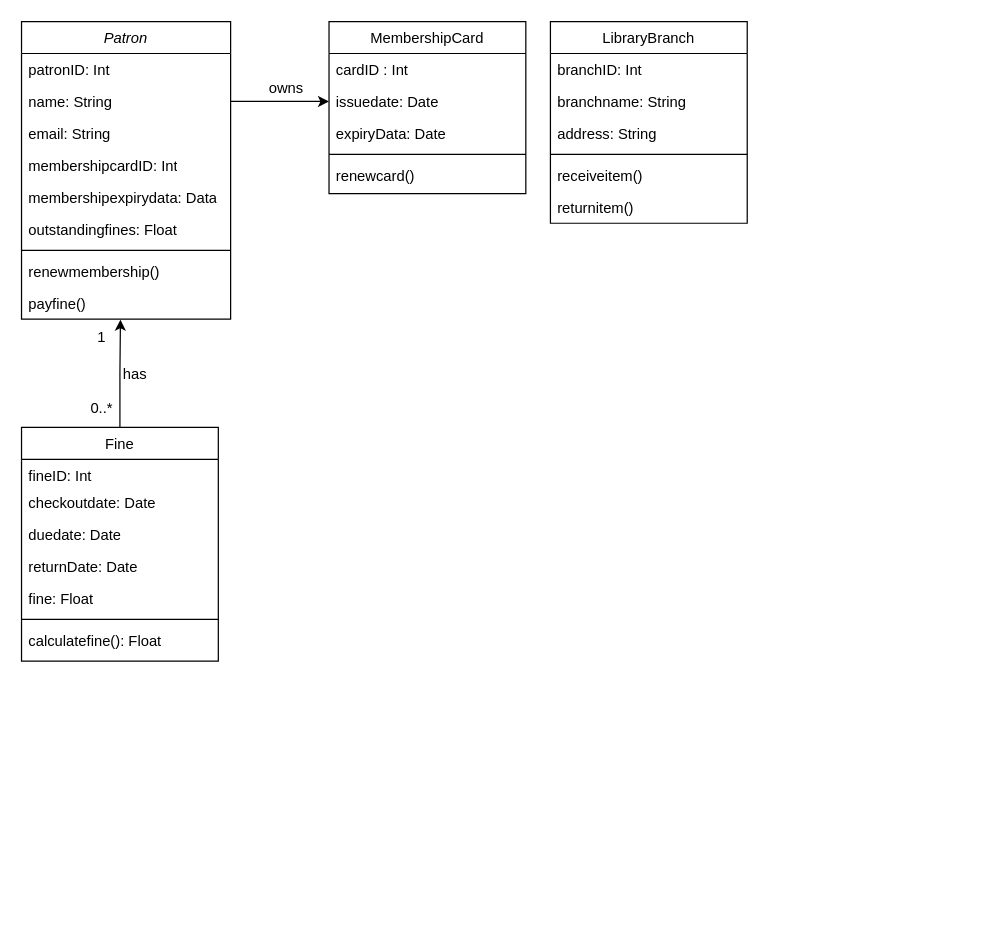
Earlier version of the draw.io diagram Digital_Transformation_WPL.drawio (pateldeep99/Casestudy-2). Source tidied: cells renumbered, new cells numbered last; positions are measured from the earlier drawing's top-left corner, leaving out a move shared by most shapes. Both pictures are drawn from the tidied source at 123%, with x=0, y=0 at pixel (21, 21).
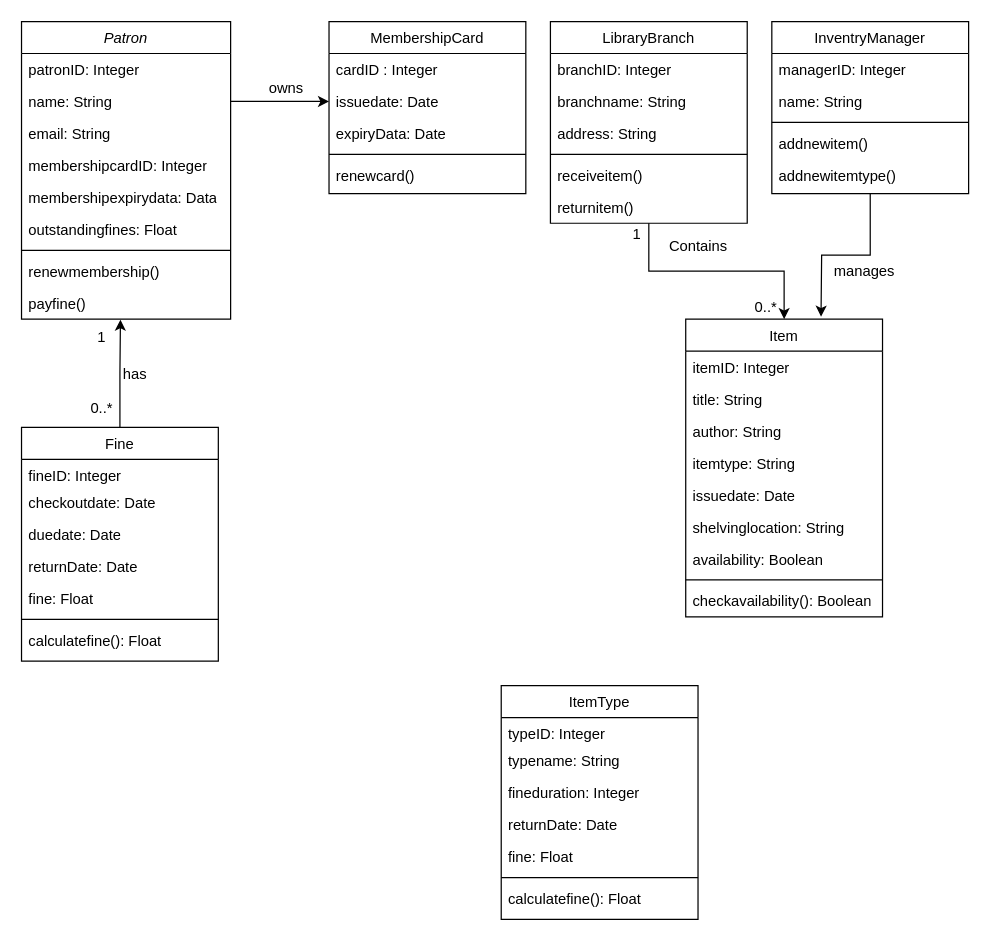
After the change.

The change refers to these unchanged cells:
```xml
<mxCell id="2" value="Patron" style="swimlane;fontStyle=2;align=center;verticalAlign=top;horizontal=1;startSize=26;rounded=0;shadow=0;strokeWidth=1;" parent="1" vertex="1">
  <mxGeometry width="170" height="242" as="geometry" />
</mxCell>
<mxCell id="12" value="Fine" style="swimlane;fontStyle=0;align=center;verticalAlign=top;horizontal=1;startSize=26;rounded=0;shadow=0;strokeWidth=1;" parent="1" vertex="1">
  <mxGeometry y="330" width="160" height="190" as="geometry" />
</mxCell>
<mxCell id="20" value="LibraryBranch" style="swimlane;fontStyle=0;align=center;verticalAlign=top;horizontal=1;startSize=26;rounded=0;shadow=0;strokeWidth=1;" parent="1" vertex="1">
  <mxGeometry x="430" width="160" height="164" as="geometry" />
</mxCell>
<mxCell id="26" value="returnitem()" style="text;strokeColor=none;fillColor=none;align=left;verticalAlign=top;spacingLeft=4;spacingRight=4;overflow=hidden;points=[[0,0.5],[1,0.5]];portConstraint=eastwest;whiteSpace=wrap;html=1;" parent="20" vertex="1">
  <mxGeometry y="138" width="160" height="26" as="geometry" />
</mxCell>
<mxCell id="27" value="MembershipCard" style="swimlane;fontStyle=0;align=center;verticalAlign=top;horizontal=1;startSize=26;rounded=0;shadow=0;strokeWidth=1;" parent="1" vertex="1">
  <mxGeometry x="250" width="160" height="140" as="geometry" />
</mxCell>
```

Change to the diagram source:
```diff
@@
-    <mxCell id="3" value="patronID: Int" style="text;align=left;verticalAlign=top;spacingLeft=4;spacingRight=4;overflow=hidden;" parent="2" vertex="1">
+    <mxCell id="3" value="patronID: Integer" style="text;align=left;verticalAlign=top;spacingLeft=4;spacingRight=4;overflow=hidden;" parent="2" vertex="1">
       <mxGeometry y="26" width="170" height="26" as="geometry" />
     </mxCell>
@@
-    <mxCell id="6" value="membershipcardID: Int" style="text;strokeColor=none;fillColor=none;align=left;verticalAlign=top;spacingLeft=4;spacingRight=4;overflow=hidden;whiteSpace=wrap;html=1;" parent="2" vertex="1">
+    <mxCell id="6" value="membershipcardID: Integer" style="text;strokeColor=none;fillColor=none;align=left;verticalAlign=top;spacingLeft=4;spacingRight=4;overflow=hidden;whiteSpace=wrap;html=1;" parent="2" vertex="1">
       <mxGeometry y="104" width="170" height="26" as="geometry" />
     </mxCell>
@@
-    <mxCell id="13" value="fineID: Int" style="text;align=left;verticalAlign=top;spacingLeft=4;spacingRight=4;overflow=hidden;" parent="12" vertex="1">
+    <mxCell id="13" value="fineID: Integer" style="text;align=left;verticalAlign=top;spacingLeft=4;spacingRight=4;overflow=hidden;" parent="12" vertex="1">
       <mxGeometry y="26" width="160" height="22" as="geometry" />
     </mxCell>
@@
-    <mxCell id="21" value="branchID: Int" style="text;align=left;verticalAlign=top;spacingLeft=4;spacingRight=4;overflow=hidden;" parent="20" vertex="1">
+    <mxCell id="21" value="branchID: Integer" style="text;align=left;verticalAlign=top;spacingLeft=4;spacingRight=4;overflow=hidden;" parent="20" vertex="1">
       <mxGeometry y="26" width="160" height="26" as="geometry" />
     </mxCell>
@@
-    <mxCell id="28" value="cardID : Int" style="text;align=left;verticalAlign=top;spacingLeft=4;spacingRight=4;overflow=hidden;" parent="27" vertex="1">
+    <mxCell id="28" value="cardID : Integer" style="text;align=left;verticalAlign=top;spacingLeft=4;spacingRight=4;overflow=hidden;" parent="27" vertex="1">
       <mxGeometry y="26" width="160" height="26" as="geometry" />
     </mxCell>
@@
+    <mxCell id="39" style="edgeStyle=orthogonalEdgeStyle;rounded=0;jettySize=auto;html=1;exitX=0.5;exitY=1;exitDx=0;exitDy=0;" parent="1" edge="1" source="40">
+      <mxGeometry relative="1" as="geometry">
+        <mxPoint x="650" y="240" as="targetPoint" />
+      </mxGeometry>
+    </mxCell>
+    <mxCell id="40" value="InventryManager" style="swimlane;fontStyle=0;align=center;verticalAlign=top;horizontal=1;startSize=26;rounded=0;shadow=0;strokeWidth=1;" parent="1" vertex="1">
+      <mxGeometry x="610" width="160" height="140" as="geometry" />
+    </mxCell>
+    <mxCell id="41" value="managerID: Integer" style="text;align=left;verticalAlign=top;spacingLeft=4;spacingRight=4;overflow=hidden;" parent="40" vertex="1">
+      <mxGeometry y="26" width="160" height="26" as="geometry" />
+    </mxCell>
+    <mxCell id="42" value="&lt;span style=&quot;text-wrap: nowrap;&quot;&gt;name: String&lt;/span&gt;" style="text;strokeColor=none;fillColor=none;align=left;verticalAlign=top;spacingLeft=4;spacingRight=4;overflow=hidden;whiteSpace=wrap;html=1;" parent="40" vertex="1">
+      <mxGeometry y="52" width="160" height="26" as="geometry" />
+    </mxCell>
+    <mxCell id="43" style="line;html=1;strokeWidth=1;align=left;verticalAlign=middle;spacingTop=-1;spacingLeft=3;spacingRight=3;labelPosition=right;" parent="40" vertex="1">
+      <mxGeometry y="78" width="160" height="8" as="geometry" />
+    </mxCell>
+    <mxCell id="44" value="addnewitem()" style="text;strokeColor=none;fillColor=none;align=left;verticalAlign=top;spacingLeft=4;spacingRight=4;overflow=hidden;whiteSpace=wrap;html=1;" parent="40" vertex="1">
+      <mxGeometry y="86" width="160" height="26" as="geometry" />
+    </mxCell>
+    <mxCell id="45" value="addnewitemtype()" style="text;strokeColor=none;fillColor=none;align=left;verticalAlign=top;spacingLeft=4;spacingRight=4;overflow=hidden;whiteSpace=wrap;html=1;" parent="40" vertex="1">
+      <mxGeometry y="112" width="160" height="26" as="geometry" />
+    </mxCell>
+    <mxCell id="46" value="Item" style="swimlane;fontStyle=0;align=center;verticalAlign=top;horizontal=1;startSize=26;rounded=0;shadow=0;strokeWidth=1;" parent="1" vertex="1">
+      <mxGeometry x="540" y="242" width="160" height="242" as="geometry" />
+    </mxCell>
+    <mxCell id="47" value="itemID: Integer" style="text;align=left;verticalAlign=top;spacingLeft=4;spacingRight=4;overflow=hidden;" parent="46" vertex="1">
+      <mxGeometry y="26" width="160" height="26" as="geometry" />
+    </mxCell>
+    <mxCell id="48" value="title: String" style="text;strokeColor=none;fillColor=none;align=left;verticalAlign=top;spacingLeft=4;spacingRight=4;overflow=hidden;whiteSpace=wrap;html=1;" parent="46" vertex="1">
+      <mxGeometry y="52" width="160" height="26" as="geometry" />
+    </mxCell>
+    <mxCell id="49" value="author: String" style="text;strokeColor=none;fillColor=none;align=left;verticalAlign=top;spacingLeft=4;spacingRight=4;overflow=hidden;whiteSpace=wrap;html=1;" parent="46" vertex="1">
+      <mxGeometry y="78" width="160" height="26" as="geometry" />
+    </mxCell>
+    <mxCell id="50" value="itemtype: String" style="text;strokeColor=none;fillColor=none;align=left;verticalAlign=top;spacingLeft=4;spacingRight=4;overflow=hidden;whiteSpace=wrap;html=1;" parent="46" vertex="1">
+      <mxGeometry y="104" width="160" height="26" as="geometry" />
+    </mxCell>
+    <mxCell id="51" value="issuedate: Date" style="text;strokeColor=none;fillColor=none;align=left;verticalAlign=top;spacingLeft=4;spacingRight=4;overflow=hidden;whiteSpace=wrap;html=1;" parent="46" vertex="1">
+      <mxGeometry y="130" width="160" height="26" as="geometry" />
+    </mxCell>
+    <mxCell id="52" value="shelvinglocation: String" style="text;strokeColor=none;fillColor=none;align=left;verticalAlign=top;spacingLeft=4;spacingRight=4;overflow=hidden;whiteSpace=wrap;html=1;" parent="46" vertex="1">
+      <mxGeometry y="156" width="160" height="26" as="geometry" />
+    </mxCell>
+    <mxCell id="53" value="availability: Boolean" style="text;strokeColor=none;fillColor=none;align=left;verticalAlign=top;spacingLeft=4;spacingRight=4;overflow=hidden;whiteSpace=wrap;html=1;" parent="46" vertex="1">
+      <mxGeometry y="182" width="160" height="26" as="geometry" />
+    </mxCell>
+    <mxCell id="54" style="line;html=1;strokeWidth=1;align=left;verticalAlign=middle;spacingTop=-1;spacingLeft=3;spacingRight=3;labelPosition=right;" parent="46" vertex="1">
+      <mxGeometry y="208" width="160" height="8" as="geometry" />
+    </mxCell>
+    <mxCell id="55" value="checkavailability(): Boolean" style="text;strokeColor=none;fillColor=none;align=left;verticalAlign=top;spacingLeft=4;spacingRight=4;overflow=hidden;whiteSpace=wrap;html=1;" parent="46" vertex="1">
+      <mxGeometry y="216" width="160" height="26" as="geometry" />
+    </mxCell>
+    <mxCell id="56" style="edgeStyle=orthogonalEdgeStyle;rounded=0;jettySize=auto;html=1;entryX=0.5;entryY=0;entryDx=0;entryDy=0;exitX=0.5;exitY=1;exitDx=0;exitDy=0;exitPerimeter=0;" parent="1" edge="1" source="26" target="46">
+      <mxGeometry relative="1" as="geometry" />
+    </mxCell>
+    <mxCell id="57" value="manages" style="text;html=1;align=center;verticalAlign=middle;strokeColor=none;fillColor=none;" parent="1" vertex="1">
+      <mxGeometry x="650" y="188" width="70" height="30" as="geometry" />
+    </mxCell>
+    <mxCell id="58" value="Contains" style="text;html=1;align=center;verticalAlign=middle;strokeColor=none;fillColor=none;" parent="1" vertex="1">
+      <mxGeometry x="515" y="168" width="70" height="30" as="geometry" />
+    </mxCell>
+    <mxCell id="59" value="1" style="text;html=1;align=center;verticalAlign=middle;strokeColor=none;fillColor=none;" parent="1" vertex="1">
+      <mxGeometry x="485" y="158" width="30" height="30" as="geometry" />
+    </mxCell>
+    <mxCell id="60" value="0..*" style="text;html=1;align=center;verticalAlign=middle;strokeColor=none;fillColor=none;" parent="1" vertex="1">
+      <mxGeometry x="585" y="218" width="40" height="30" as="geometry" />
+    </mxCell>
+    <mxCell id="61" value="ItemType" style="swimlane;fontStyle=0;align=center;verticalAlign=top;horizontal=1;startSize=26;rounded=0;shadow=0;strokeWidth=1;" parent="1" vertex="1">
+      <mxGeometry x="390" y="540" width="160" height="190" as="geometry" />
+    </mxCell>
+    <mxCell id="62" value="typeID: Integer" style="text;align=left;verticalAlign=top;spacingLeft=4;spacingRight=4;overflow=hidden;" parent="61" vertex="1">
+      <mxGeometry y="26" width="160" height="22" as="geometry" />
+    </mxCell>
+    <mxCell id="63" value="typename: String" style="text;align=left;verticalAlign=top;spacingLeft=4;spacingRight=4;overflow=hidden;rounded=0;shadow=0;html=0;" parent="61" vertex="1">
+      <mxGeometry y="48" width="160" height="26" as="geometry" />
+    </mxCell>
+    <mxCell id="64" value="fineduration: Integer" style="text;strokeColor=none;fillColor=none;align=left;verticalAlign=top;spacingLeft=4;spacingRight=4;overflow=hidden;whiteSpace=wrap;html=1;" parent="61" vertex="1">
+      <mxGeometry y="74" width="160" height="26" as="geometry" />
+    </mxCell>
+    <mxCell id="65" value="returnDate: Date" style="text;strokeColor=none;fillColor=none;align=left;verticalAlign=top;spacingLeft=4;spacingRight=4;overflow=hidden;whiteSpace=wrap;html=1;" parent="61" vertex="1">
+      <mxGeometry y="100" width="160" height="26" as="geometry" />
+    </mxCell>
+    <mxCell id="66" value="fine: Float" style="text;strokeColor=none;fillColor=none;align=left;verticalAlign=top;spacingLeft=4;spacingRight=4;overflow=hidden;whiteSpace=wrap;html=1;" parent="61" vertex="1">
+      <mxGeometry y="126" width="160" height="26" as="geometry" />
+    </mxCell>
+    <mxCell id="67" style="line;html=1;strokeWidth=1;align=left;verticalAlign=middle;spacingTop=-1;spacingLeft=3;spacingRight=3;labelPosition=right;" parent="61" vertex="1">
+      <mxGeometry y="152" width="160" height="8" as="geometry" />
+    </mxCell>
+    <mxCell id="68" value="calculatefine(): Float" style="text;align=left;verticalAlign=top;spacingLeft=4;spacingRight=4;overflow=hidden;" parent="61" vertex="1">
+      <mxGeometry y="160" width="160" height="26" as="geometry" />
+    </mxCell>
```
